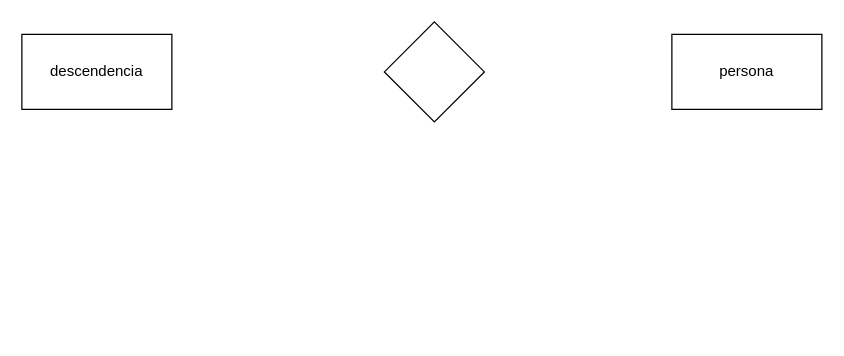
The draw.io diagram clase_diagrama_relacion.drawio in jhanca27/jhanca27, before the edit. Source tidied: cells renumbered, new cells numbered last; positions are measured from the earlier drawing's top-left corner, leaving out a move shared by most shapes. Both pictures are drawn from the tidied source at 125%, with x=0, y=0 at pixel (21, 21).
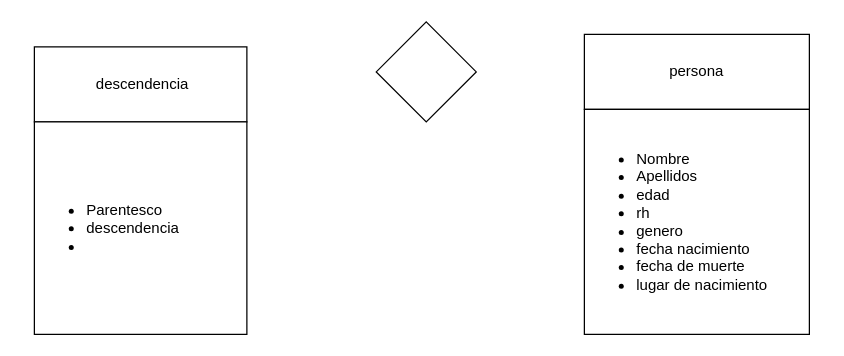
After the change.

Diff of the diagram source:
```diff
@@
 <mxGraphModel>
   <root>
     <mxCell id="0" />
     <mxCell id="1" parent="0" />
-    <mxCell id="2" value="descendencia" style="rounded=0;whiteSpace=wrap;html=1;" parent="1" vertex="1">
-      <mxGeometry y="10" width="120" height="60" as="geometry" />
+    <mxCell id="2" value="&amp;nbsp;descendencia" style="rounded=0;whiteSpace=wrap;html=1;" parent="1" vertex="1">
+      <mxGeometry x="10" y="20" width="170" height="60" as="geometry" />
     </mxCell>
     <mxCell id="3" value="persona" style="rounded=0;whiteSpace=wrap;html=1;glass=0;shadow=0;" parent="1" vertex="1">
-      <mxGeometry x="520" y="10" width="120" height="60" as="geometry" />
+      <mxGeometry x="450" y="10" width="180" height="60" as="geometry" />
     </mxCell>
     <mxCell id="4" style="rhombus;whiteSpace=wrap;html=1;" parent="1" vertex="1">
-      <mxGeometry x="290" width="80" height="80" as="geometry" />
+      <mxGeometry x="283.5" width="80" height="80" as="geometry" />
     </mxCell>
+    <mxCell id="5" value="&lt;ul&gt;&lt;li&gt;Nombre&lt;/li&gt;&lt;li&gt;Apellidos&lt;/li&gt;&lt;li&gt;edad&lt;/li&gt;&lt;li&gt;rh&lt;/li&gt;&lt;li&gt;genero&lt;/li&gt;&lt;li&gt;fecha nacimiento&lt;/li&gt;&lt;li&gt;fecha de muerte&lt;/li&gt;&lt;li&gt;lugar de nacimiento&lt;/li&gt;&lt;/ul&gt;" style="whiteSpace=wrap;html=1;rounded=0;shadow=0;glass=0;sketch=0;align=left;" parent="1" vertex="1">
+      <mxGeometry x="450" y="70" width="180" height="180" as="geometry" />
+    </mxCell>
+    <mxCell id="6" value="&lt;ul&gt;&lt;li&gt;Parentesco&lt;/li&gt;&lt;li&gt;descendencia&lt;/li&gt;&lt;li&gt;&lt;br&gt;&lt;/li&gt;&lt;/ul&gt;" style="whiteSpace=wrap;html=1;rounded=0;shadow=0;glass=0;sketch=0;align=left;" parent="1" vertex="1">
+      <mxGeometry x="10" y="80" width="170" height="170" as="geometry" />
+    </mxCell>
   </root>
 </mxGraphModel>
```
